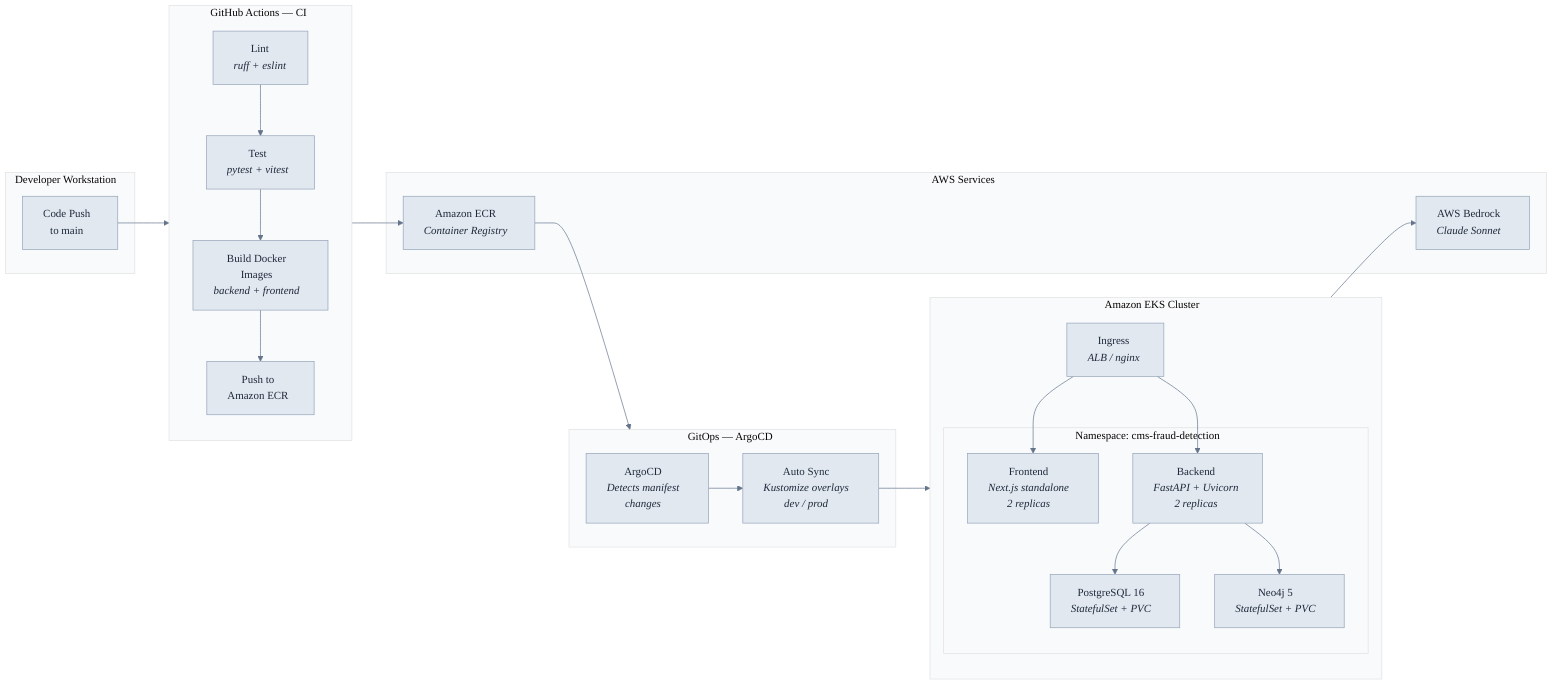
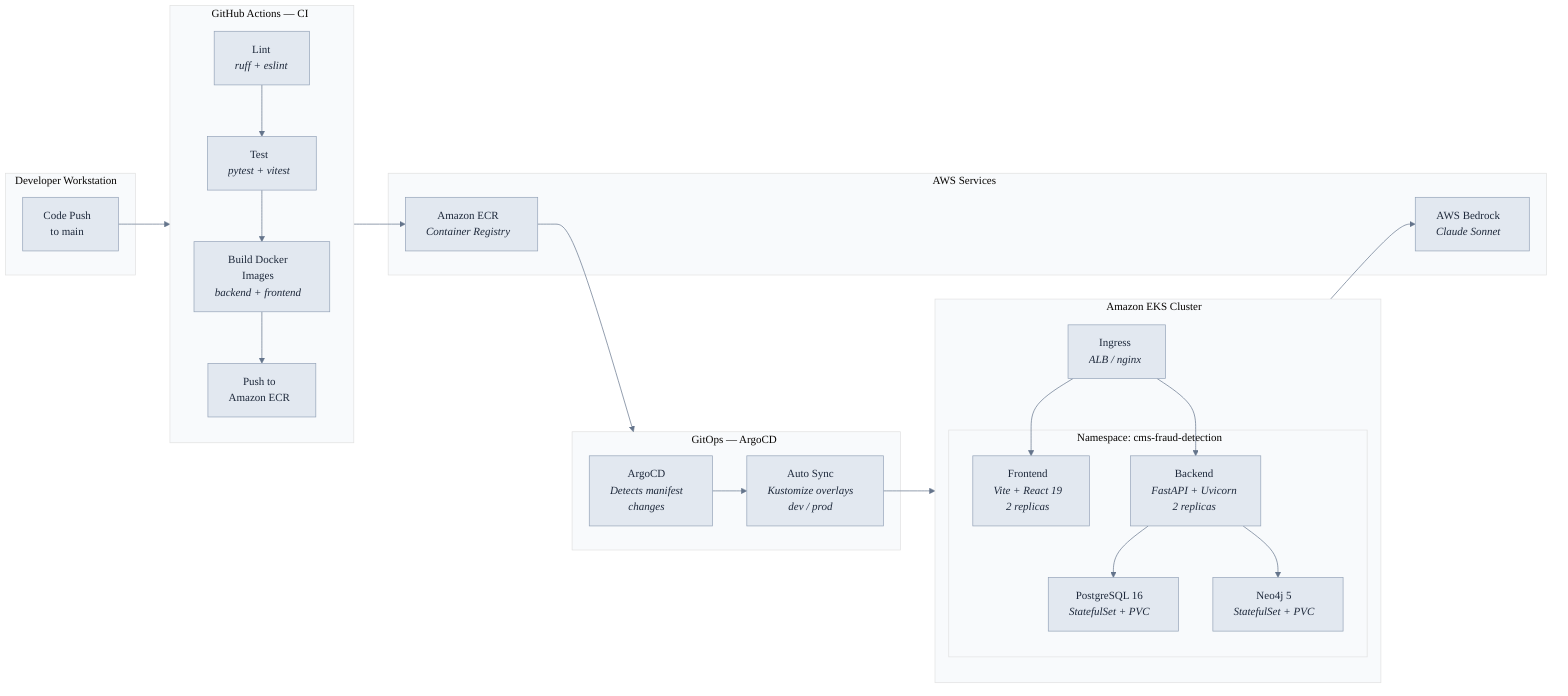
%%{init: {'theme': 'base', 'themeVariables': {'primaryColor': '#e2e8f0', 'primaryTextColor': '#1e293b', 'primaryBorderColor': '#94a3b8', 'lineColor': '#64748b', 'secondaryColor': '#f1f5f9', 'tertiaryColor': '#f8fafc', 'fontFamily': 'Inter, system-ui, sans-serif'}}}%%

graph LR
    subgraph Dev["Developer Workstation"]
        CODE["Code Push<br/>to main"]
    end

    subgraph CI["GitHub Actions — CI"]
        direction TB
        LINT["Lint<br/><i>ruff + eslint</i>"]
        TEST["Test<br/><i>pytest + vitest</i>"]
        BUILD["Build Docker<br/>Images<br/><i>backend + frontend</i>"]
        PUSH["Push to<br/>Amazon ECR"]
        LINT --> TEST --> BUILD --> PUSH
    end

    subgraph CD["GitOps — ArgoCD"]
        ARGO["ArgoCD<br/><i>Detects manifest<br/>changes</i>"]
        SYNC["Auto Sync<br/><i>Kustomize overlays<br/>dev / prod</i>"]
        ARGO --> SYNC
    end

    subgraph EKS["Amazon EKS Cluster"]
        direction TB
        subgraph NS["Namespace: cms-fraud-detection"]
-             FE_DEP["Frontend<br/><i>Next.js standalone<br/>2 replicas</i>"]
+             FE_DEP["Frontend<br/><i>Vite + React 19<br/>2 replicas</i>"]
            BE_DEP["Backend<br/><i>FastAPI + Uvicorn<br/>2 replicas</i>"]
            PG_SS["PostgreSQL 16<br/><i>StatefulSet + PVC</i>"]
            NEO_SS["Neo4j 5<br/><i>StatefulSet + PVC</i>"]
        end
        ING["Ingress<br/><i>ALB / nginx</i>"]
        ING --> FE_DEP
        ING --> BE_DEP
        BE_DEP --> PG_SS
        BE_DEP --> NEO_SS
    end

    subgraph AWS["AWS Services"]
        ECR["Amazon ECR<br/><i>Container Registry</i>"]
        BEDROCK["AWS Bedrock<br/><i>Claude Sonnet</i>"]
    end

    CODE --> CI
    PUSH --> ECR
    ECR --> CD
    SYNC --> EKS
    BE_DEP --> BEDROCK
